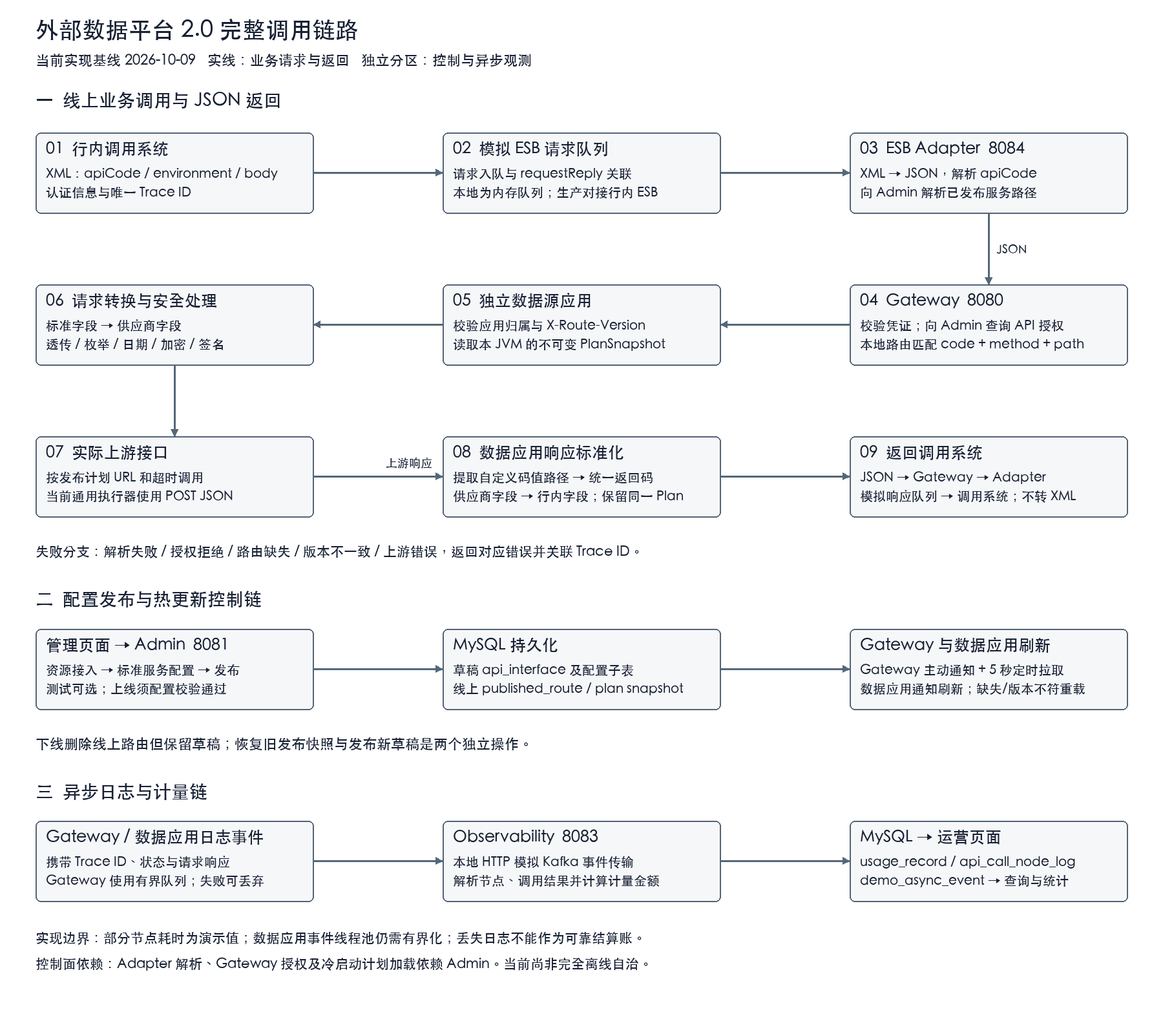
xinyin/edsp2.0 keeps this Mermaid diagram as jsnx-edsp-deployment/docs/产品文档20261009/完整调用链路图.png. Above is the earlier version. Its source is kept beside it as jsnx-edsp-deployment/docs/产品文档20261009/完整调用链路图.mmd.
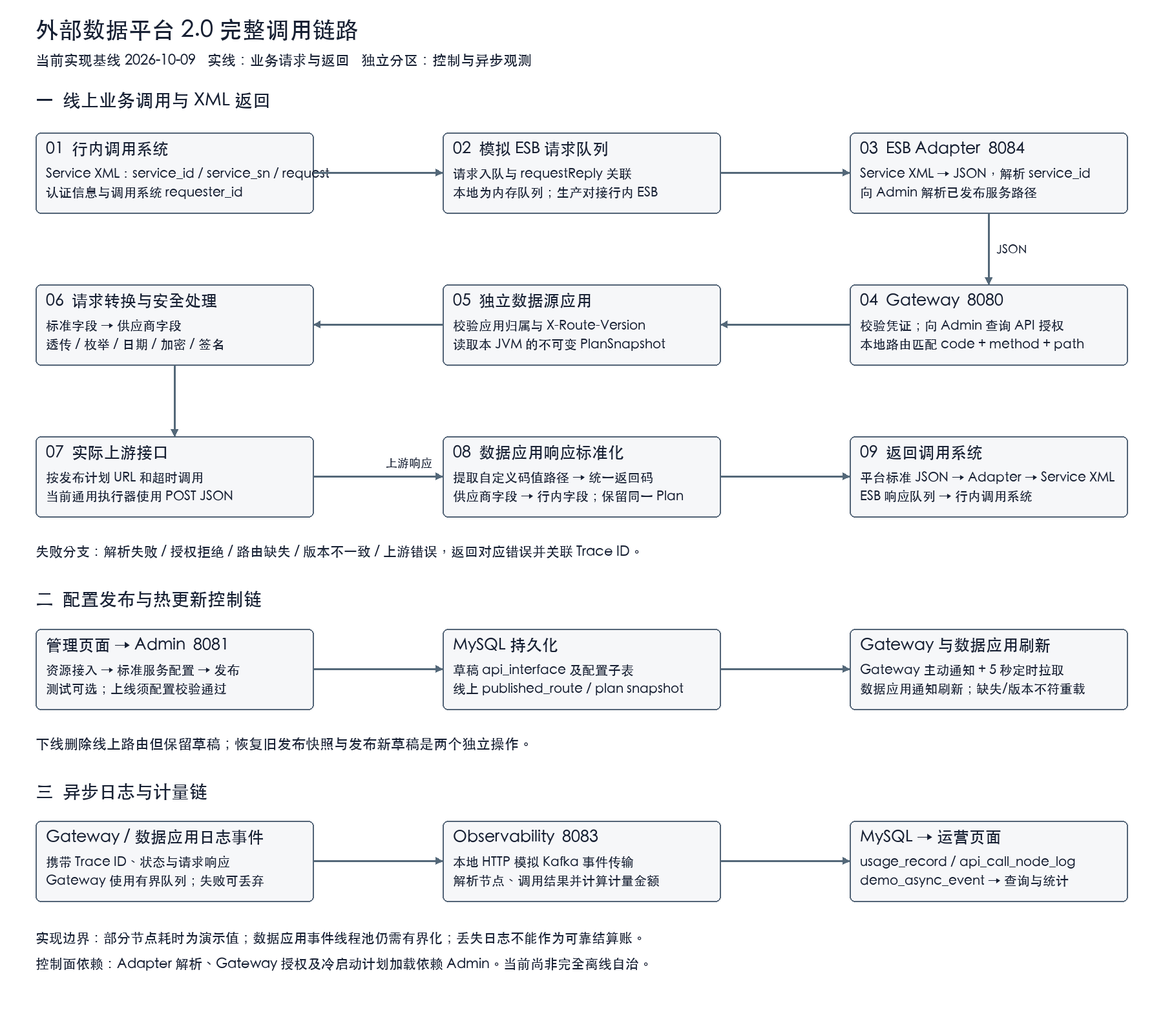
The same diagram one commit later.

What changed in the source:
```diff
@@ -8,9 +8,9 @@
     participant U as 上游供应商
     participant O as Observability
     participant M as MySQL
-    C->>Q: XML与认证信息
-    Q->>E: 消费请求并关联Trace ID
-    E->>A: apiCode解析已发布路径
+    C->>Q: Service XML与认证信息
+    Q->>E: 消费请求并关联service_sn
+    E->>A: service_id解析已发布路径
     A->>M: published_route关联data_source
     M-->>A: 路由记录
     A-->>E: 服务路径
@@ -37,7 +37,8 @@
     end
     G-->>E: JSON响应
     G-->>O: 异步Gateway事件
-    E-->>Q: JSON响应入队
-    Q-->>C: 按请求标识返回JSON
+    E->>E: 标准JSON封装为Service XML
+    E-->>Q: XML响应入队
+    Q-->>C: 按service_sn返回XML
     O->>M: 事件与节点日志和计量记录
-    Note over D,O: 本地HTTP模拟Kafka；部分节点耗时为演示值
+    Note over D,O: Kafka事件保持结构化JSON；部分节点耗时为演示值
```
